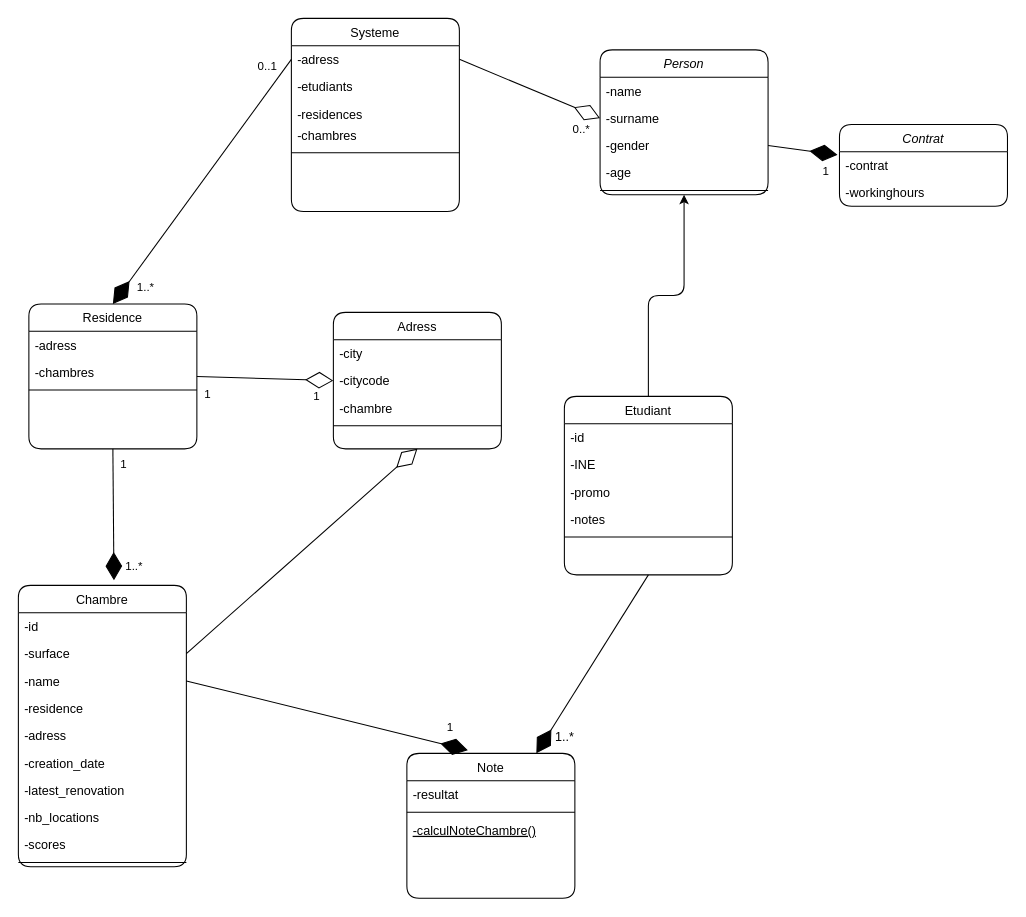
Earlier version of the draw.io diagram diagramme.drawio (bluntwise/LoterieChambres). Source tidied: cells renumbered, new cells numbered last; positions are measured from the earlier drawing's top-left corner, leaving out a move shared by most shapes. Both pictures are drawn from the tidied source at 105%, with x=0, y=0 at pixel (18, 18).
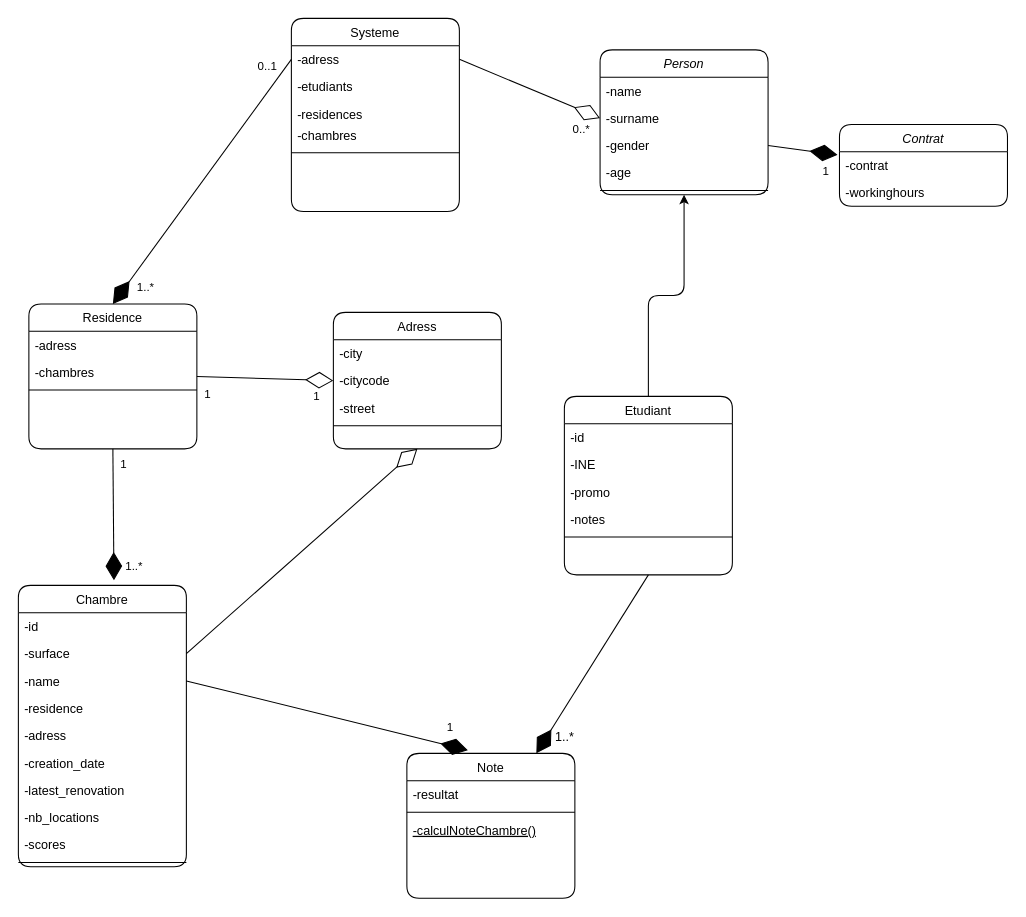
Above is the later version.

Unchanged cells that the change refers to:
```xml
<mxCell id="46" value="Adress" style="swimlane;fontStyle=0;align=center;verticalAlign=top;horizontal=1;startSize=26;rounded=1;shadow=0;strokeWidth=1;" parent="1" vertex="1">
  <mxGeometry x="300" y="280" width="160" height="130" as="geometry" />
</mxCell>
```

Diff of the diagram source:
```diff
@@
-    <mxCell id="49" value="-chambre" style="text;align=left;verticalAlign=top;spacingLeft=4;spacingRight=4;overflow=hidden;rounded=1;" parent="46" vertex="1">
-      <mxGeometry y="78" width="160" height="26" as="geometry" />
-    </mxCell>
+    <mxCell id="67" value="-street" style="text;align=left;verticalAlign=top;spacingLeft=4;spacingRight=4;overflow=hidden;rounded=1;" parent="46" vertex="1">
+      <mxGeometry y="78" width="160" height="26" as="geometry" />
+    </mxCell>
```
